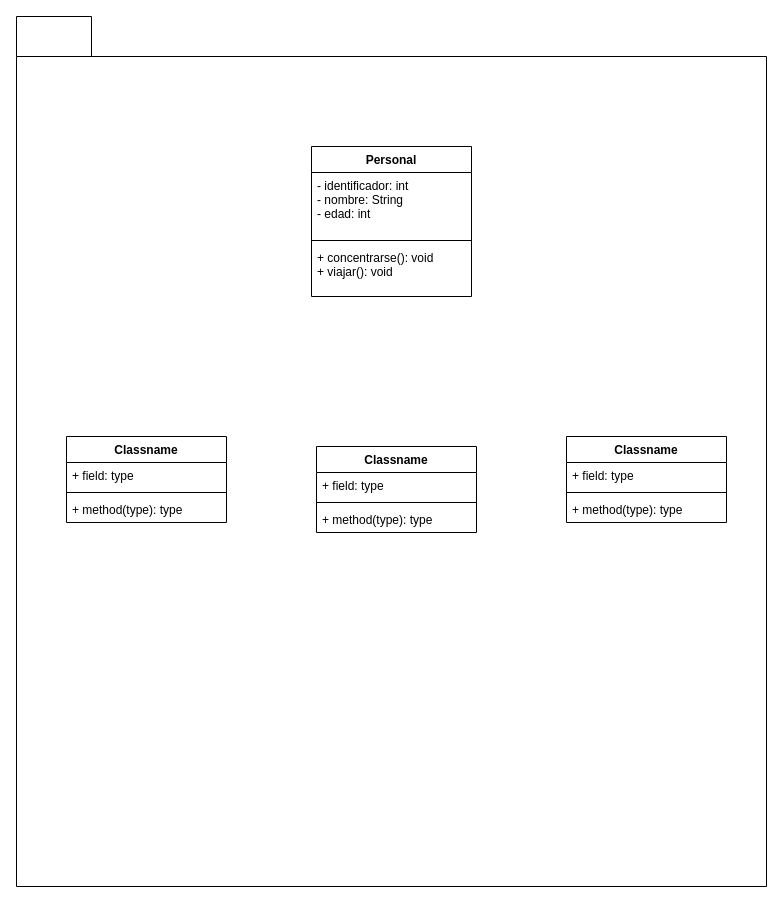
This is Act1/diagrama.drawio from Ethan-Sarricolea/Tarea_Principios_Construccion, a draw.io file, before an edit. Source tidied: cells renumbered, new cells numbered last; positions are measured from the earlier drawing's top-left corner, leaving out a move shared by most shapes. Both pictures are drawn from the tidied source at 100%, with x=0, y=0 at pixel (16, 16).
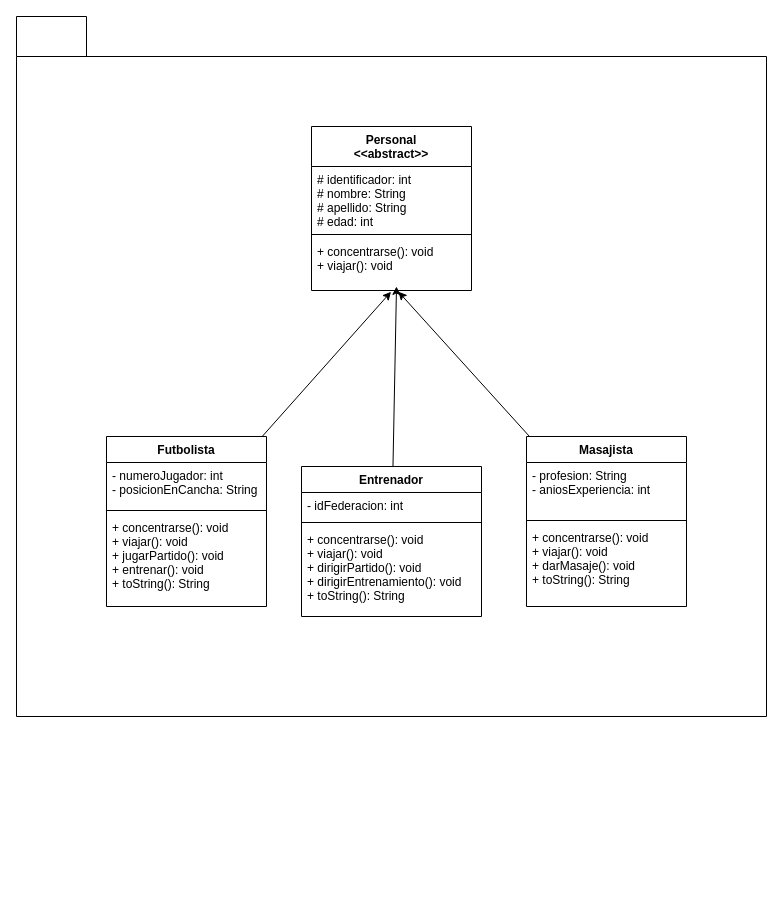
After the change.

Change to the diagram source:
```diff
@@
-<mxGraphModel>
+<mxGraphModel background="#ffffff">
@@
     <mxCell id="2" style="shape=folder;fontStyle=1;spacingTop=10;tabWidth=20;tabHeight=40;tabPosition=left;html=1;" parent="1" vertex="1">
-      <mxGeometry width="750" height="870" as="geometry" />
+      <mxGeometry width="750" height="700" as="geometry" />
     </mxCell>
-    <mxCell id="3" value="Personal" style="swimlane;fontStyle=1;align=center;verticalAlign=top;horizontal=1;startSize=26;" parent="1" vertex="1">
-      <mxGeometry x="295" y="130" width="160" height="150" as="geometry" />
+    <mxCell id="3" value="Personal&#10;&lt;&lt;abstract&gt;&gt;" style="swimlane;fontStyle=1;align=center;verticalAlign=top;horizontal=1;startSize=40;" parent="1" vertex="1">
+      <mxGeometry x="295" y="110" width="160" height="164" as="geometry" />
     </mxCell>
-    <mxCell id="4" value="- identificador: int&#10;- nombre: String&#10;- edad: int" style="text;strokeColor=none;fillColor=none;align=left;verticalAlign=top;spacingLeft=4;spacingRight=4;overflow=hidden;" parent="3" vertex="1">
-      <mxGeometry y="26" width="160" height="64" as="geometry" />
+    <mxCell id="4" value="# identificador: int&#10;# nombre: String&#10;# apellido: String&#10;# edad: int" style="text;strokeColor=none;fillColor=none;align=left;verticalAlign=top;spacingLeft=4;spacingRight=4;overflow=hidden;" parent="3" vertex="1">
+      <mxGeometry y="40" width="160" height="64" as="geometry" />
     </mxCell>
     <mxCell id="5" style="line;strokeWidth=1;fillColor=none;align=left;verticalAlign=middle;spacingTop=-1;spacingLeft=3;spacingRight=3;labelPosition=right;strokeColor=inherit;" parent="3" vertex="1">
-      <mxGeometry y="90" width="160" height="8" as="geometry" />
+      <mxGeometry y="104" width="160" height="8" as="geometry" />
     </mxCell>
     <mxCell id="6" value="+ concentrarse(): void&#10;+ viajar(): void" style="text;strokeColor=none;fillColor=none;align=left;verticalAlign=top;spacingLeft=4;spacingRight=4;overflow=hidden;points=[[0,0.5],[1,0.5]];portConstraint=eastwest;" parent="3" vertex="1">
-      <mxGeometry y="98" width="160" height="52" as="geometry" />
+      <mxGeometry y="112" width="160" height="52" as="geometry" />
     </mxCell>
+    <mxCell id="19" style="edgeStyle=none;html=1;entryX=0.497;entryY=1.025;entryDx=0;entryDy=0;entryPerimeter=0;" parent="1" edge="1" source="7" target="6">
+      <mxGeometry relative="1" as="geometry" />
+    </mxCell>
-    <mxCell id="7" value="Classname" style="swimlane;fontStyle=1;align=center;verticalAlign=top;horizontal=1;startSize=26;" parent="1" vertex="1">
-      <mxGeometry x="50" y="420" width="160" height="86" as="geometry" />
+    <mxCell id="7" value="Futbolista" style="swimlane;fontStyle=1;align=center;verticalAlign=top;horizontal=1;startSize=26;" parent="1" vertex="1">
+      <mxGeometry x="90" y="420" width="160" height="170" as="geometry" />
     </mxCell>
-    <mxCell id="8" value="+ field: type" style="text;strokeColor=none;fillColor=none;align=left;verticalAlign=top;spacingLeft=4;spacingRight=4;overflow=hidden;" parent="7" vertex="1">
-      <mxGeometry y="26" width="160" height="26" as="geometry" />
+    <mxCell id="8" value="- numeroJugador: int&#10;- posicionEnCancha: String" style="text;strokeColor=none;fillColor=none;align=left;verticalAlign=top;spacingLeft=4;spacingRight=4;overflow=hidden;" parent="7" vertex="1">
+      <mxGeometry y="26" width="160" height="44" as="geometry" />
     </mxCell>
     <mxCell id="9" style="line;strokeWidth=1;fillColor=none;align=left;verticalAlign=middle;spacingTop=-1;spacingLeft=3;spacingRight=3;labelPosition=right;strokeColor=inherit;" parent="7" vertex="1">
-      <mxGeometry y="52" width="160" height="8" as="geometry" />
+      <mxGeometry y="70" width="160" height="8" as="geometry" />
     </mxCell>
-    <mxCell id="10" value="+ method(type): type" style="text;strokeColor=none;fillColor=none;align=left;verticalAlign=top;spacingLeft=4;spacingRight=4;overflow=hidden;" parent="7" vertex="1">
-      <mxGeometry y="60" width="160" height="26" as="geometry" />
+    <mxCell id="10" value="+ concentrarse(): void&#10;+ viajar(): void&#10;+ jugarPartido(): void&#10;+ entrenar(): void&#10;+ toString(): String" style="text;strokeColor=none;fillColor=none;align=left;verticalAlign=top;spacingLeft=4;spacingRight=4;overflow=hidden;" parent="7" vertex="1">
+      <mxGeometry y="78" width="160" height="92" as="geometry" />
     </mxCell>
+    <mxCell id="20" style="edgeStyle=none;html=1;entryX=0.543;entryY=1.023;entryDx=0;entryDy=0;entryPerimeter=0;" parent="1" edge="1" source="11" target="6">
+      <mxGeometry relative="1" as="geometry" />
+    </mxCell>
-    <mxCell id="11" value="Classname" style="swimlane;fontStyle=1;align=center;verticalAlign=top;horizontal=1;startSize=26;" parent="1" vertex="1">
-      <mxGeometry x="550" y="420" width="160" height="86" as="geometry" />
+    <mxCell id="11" value="Masajista" style="swimlane;fontStyle=1;align=center;verticalAlign=top;horizontal=1;startSize=26;" parent="1" vertex="1">
+      <mxGeometry x="510" y="420" width="160" height="170" as="geometry" />
     </mxCell>
-    <mxCell id="12" value="+ field: type" style="text;strokeColor=none;fillColor=none;align=left;verticalAlign=top;spacingLeft=4;spacingRight=4;overflow=hidden;" parent="11" vertex="1">
-      <mxGeometry y="26" width="160" height="26" as="geometry" />
+    <mxCell id="12" value="- profesion: String&#10;- aniosExperiencia: int" style="text;strokeColor=none;fillColor=none;align=left;verticalAlign=top;spacingLeft=4;spacingRight=4;overflow=hidden;" parent="11" vertex="1">
+      <mxGeometry y="26" width="160" height="54" as="geometry" />
     </mxCell>
     <mxCell id="13" style="line;strokeWidth=1;fillColor=none;align=left;verticalAlign=middle;spacingTop=-1;spacingLeft=3;spacingRight=3;labelPosition=right;strokeColor=inherit;" parent="11" vertex="1">
-      <mxGeometry y="52" width="160" height="8" as="geometry" />
+      <mxGeometry y="80" width="160" height="8" as="geometry" />
     </mxCell>
-    <mxCell id="14" value="+ method(type): type" style="text;strokeColor=none;fillColor=none;align=left;verticalAlign=top;spacingLeft=4;spacingRight=4;overflow=hidden;" parent="11" vertex="1">
-      <mxGeometry y="60" width="160" height="26" as="geometry" />
+    <mxCell id="14" value="+ concentrarse(): void&#10;+ viajar(): void&#10;+ darMasaje(): void&#10;+ toString(): String" style="text;strokeColor=none;fillColor=none;align=left;verticalAlign=top;spacingLeft=4;spacingRight=4;overflow=hidden;" parent="11" vertex="1">
+      <mxGeometry y="88" width="160" height="82" as="geometry" />
     </mxCell>
+    <mxCell id="21" style="edgeStyle=none;html=1;" parent="1" edge="1" source="15">
+      <mxGeometry relative="1" as="geometry">
+        <mxPoint x="380" y="270" as="targetPoint" />
+      </mxGeometry>
+    </mxCell>
-    <mxCell id="15" value="Classname" style="swimlane;fontStyle=1;align=center;verticalAlign=top;horizontal=1;startSize=26;" parent="1" vertex="1">
-      <mxGeometry x="300" y="430" width="160" height="86" as="geometry" />
+    <mxCell id="15" value="Entrenador" style="swimlane;fontStyle=1;align=center;verticalAlign=top;horizontal=1;startSize=26;" parent="1" vertex="1">
+      <mxGeometry x="285" y="450" width="180" height="150" as="geometry" />
     </mxCell>
-    <mxCell id="16" value="+ field: type" style="text;strokeColor=none;fillColor=none;align=left;verticalAlign=top;spacingLeft=4;spacingRight=4;overflow=hidden;" parent="15" vertex="1">
-      <mxGeometry y="26" width="160" height="26" as="geometry" />
+    <mxCell id="16" value="- idFederacion: int" style="text;strokeColor=none;fillColor=none;align=left;verticalAlign=top;spacingLeft=4;spacingRight=4;overflow=hidden;" parent="15" vertex="1">
+      <mxGeometry y="26" width="180" height="26" as="geometry" />
     </mxCell>
     <mxCell id="17" style="line;strokeWidth=1;fillColor=none;align=left;verticalAlign=middle;spacingTop=-1;spacingLeft=3;spacingRight=3;labelPosition=right;strokeColor=inherit;" parent="15" vertex="1">
-      <mxGeometry y="52" width="160" height="8" as="geometry" />
+      <mxGeometry y="52" width="180" height="8" as="geometry" />
     </mxCell>
-    <mxCell id="18" value="+ method(type): type" style="text;strokeColor=none;fillColor=none;align=left;verticalAlign=top;spacingLeft=4;spacingRight=4;overflow=hidden;" parent="15" vertex="1">
-      <mxGeometry y="60" width="160" height="26" as="geometry" />
+    <mxCell id="18" value="+ concentrarse(): void&#10;+ viajar(): void&#10;+ dirigirPartido(): void&#10;+ dirigirEntrenamiento(): void&#10;+ toString(): String" style="text;strokeColor=none;fillColor=none;align=left;verticalAlign=top;spacingLeft=4;spacingRight=4;overflow=hidden;" parent="15" vertex="1">
+      <mxGeometry y="60" width="180" height="90" as="geometry" />
     </mxCell>
```
